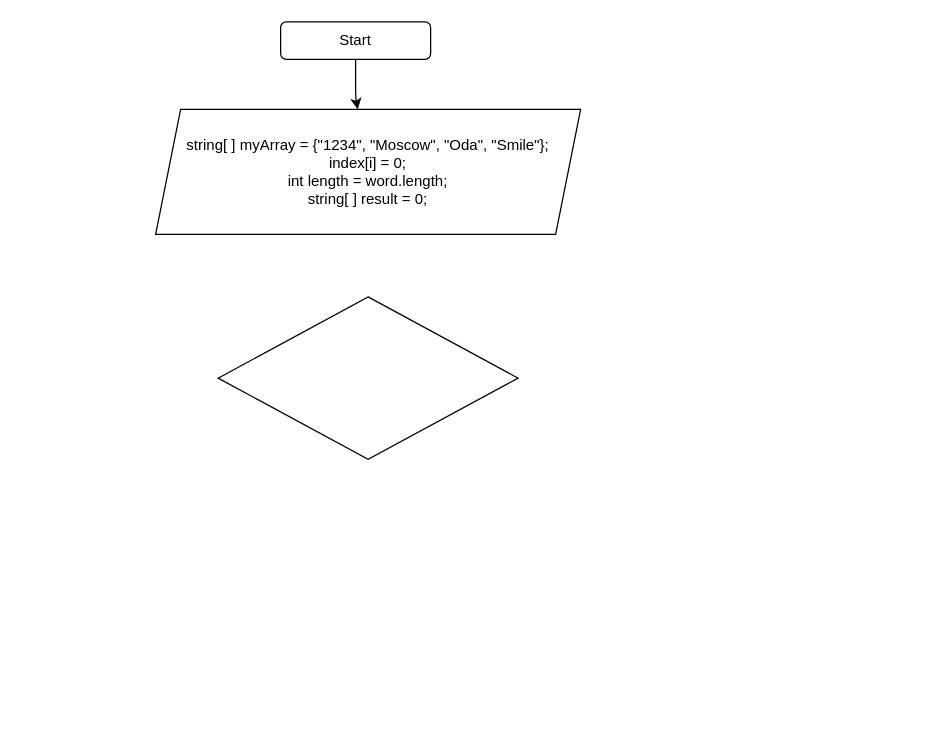
The draw.io diagram block.drawio in Amenarta/Control-Task, before the edit. Source tidied: cells renumbered, new cells numbered last; positions are measured from the earlier drawing's top-left corner, leaving out a move shared by most shapes. Both pictures are drawn from the tidied source at 125%, with x=0, y=0 at pixel (155, 21).
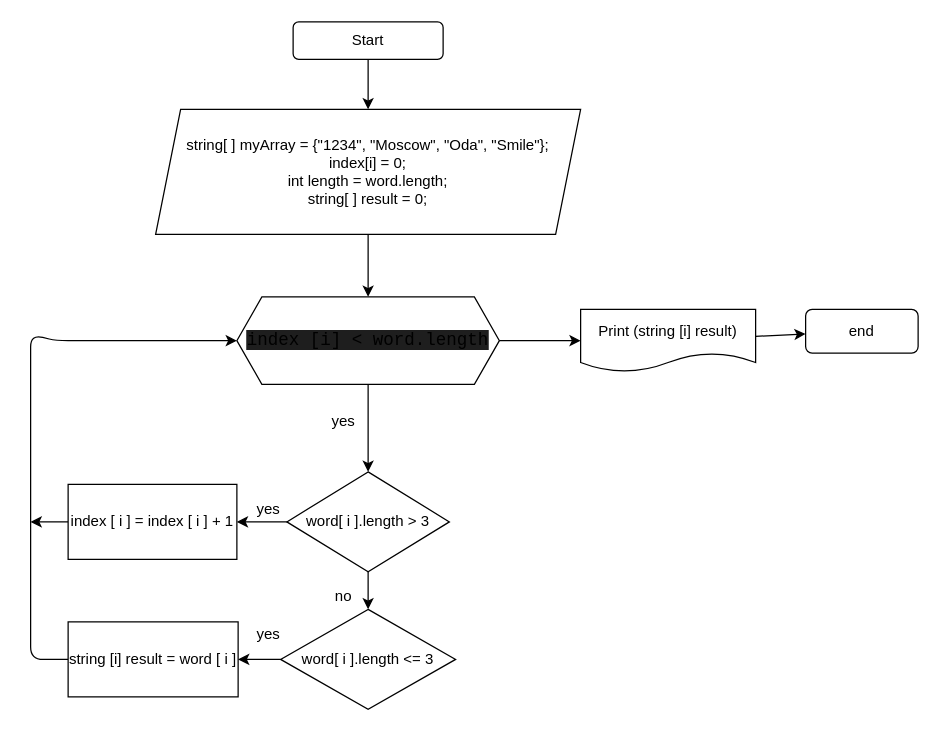
After the change.

The change refers to these unchanged cells:
```xml
<mxCell id="4" value="string[ ] myArray = {&quot;1234&quot;, &quot;Moscow&quot;, &quot;Oda&quot;, &quot;Smile&quot;};&lt;br&gt;index[i] = 0;&lt;br&gt;int length = word.length;&lt;br&gt;string[ ] result = 0;&lt;br&gt;" style="shape=parallelogram;perimeter=parallelogramPerimeter;whiteSpace=wrap;html=1;fixedSize=1;" parent="1" vertex="1">
  <mxGeometry y="70" width="340" height="100" as="geometry" />
</mxCell>
```

What changed in the source:
```diff
@@
     <mxCell id="2" style="edgeStyle=none;html=1;" parent="1" edge="1" source="3" target="4">
-      <mxGeometry relative="1" as="geometry">
-        <Array as="points">
-          <mxPoint x="160" y="60" />
-        </Array>
-      </mxGeometry>
+      <mxGeometry relative="1" as="geometry" />
     </mxCell>
     <mxCell id="3" value="Start" style="rounded=1;whiteSpace=wrap;html=1;" parent="1" vertex="1">
-      <mxGeometry x="100" width="120" height="30" as="geometry" />
+      <mxGeometry x="110" width="120" height="30" as="geometry" />
     </mxCell>
+    <mxCell id="6" style="edgeStyle=none;html=1;" parent="1" edge="1" source="4">
+      <mxGeometry relative="1" as="geometry">
+        <mxPoint x="170" y="220" as="targetPoint" />
+      </mxGeometry>
+    </mxCell>
@@
-    <mxCell id="5" style="rhombus;whiteSpace=wrap;html=1;" parent="1" vertex="1">
-      <mxGeometry x="50" y="220" width="240" height="130" as="geometry" />
-    </mxCell>
+    <mxCell id="7" style="edgeStyle=none;html=1;" parent="1" edge="1" source="9" target="11">
+      <mxGeometry relative="1" as="geometry" />
+    </mxCell>
+    <mxCell id="8" style="edgeStyle=none;html=1;" parent="1" edge="1" source="9" target="21">
+      <mxGeometry relative="1" as="geometry" />
+    </mxCell>
+    <mxCell id="9" value="word[ i ].length &amp;gt; 3" style="rhombus;whiteSpace=wrap;html=1;" parent="1" vertex="1">
+      <mxGeometry x="105" y="360" width="130" height="80" as="geometry" />
+    </mxCell>
+    <mxCell id="10" style="edgeStyle=none;html=1;" parent="1" edge="1" source="11">
+      <mxGeometry relative="1" as="geometry">
+        <mxPoint x="-100" y="400" as="targetPoint" />
+      </mxGeometry>
+    </mxCell>
+    <mxCell id="11" value="index [ i ] = index [ i ] + 1" style="rounded=0;whiteSpace=wrap;html=1;" parent="1" vertex="1">
+      <mxGeometry x="-70" y="370" width="135" height="60" as="geometry" />
+    </mxCell>
+    <mxCell id="12" style="edgeStyle=none;html=1;exitX=0;exitY=0.5;exitDx=0;exitDy=0;entryX=0;entryY=0.5;entryDx=0;entryDy=0;" parent="1" edge="1" source="13" target="16">
+      <mxGeometry relative="1" as="geometry">
+        <Array as="points">
+          <mxPoint x="-100" y="510" />
+          <mxPoint x="-100" y="250" />
+          <mxPoint x="-80" y="255" />
+        </Array>
+      </mxGeometry>
+    </mxCell>
+    <mxCell id="13" value="string [i] result = word [ i ]" style="rounded=0;whiteSpace=wrap;html=1;" parent="1" vertex="1">
+      <mxGeometry x="-70" y="480" width="136" height="60" as="geometry" />
+    </mxCell>
+    <mxCell id="14" style="edgeStyle=none;html=1;" parent="1" edge="1" source="16" target="9">
+      <mxGeometry relative="1" as="geometry" />
+    </mxCell>
+    <mxCell id="15" style="edgeStyle=none;html=1;" parent="1" edge="1" source="16" target="24">
+      <mxGeometry relative="1" as="geometry" />
+    </mxCell>
+    <mxCell id="16" value="&lt;span style=&quot;font-family: &amp;#34;consolas&amp;#34; , &amp;#34;courier new&amp;#34; , monospace ; font-size: 14px ; background-color: rgb(30 , 30 , 30)&quot;&gt;index [i] &amp;lt; word.length&lt;/span&gt;" style="shape=hexagon;perimeter=hexagonPerimeter2;whiteSpace=wrap;html=1;fixedSize=1;" parent="1" vertex="1">
+      <mxGeometry x="65" y="220" width="210" height="70" as="geometry" />
+    </mxCell>
+    <mxCell id="17" value="yes" style="text;html=1;align=center;verticalAlign=middle;strokeColor=none;fillColor=none;" parent="1" vertex="1">
+      <mxGeometry x="135" y="310" width="30" height="20" as="geometry" />
+    </mxCell>
+    <mxCell id="18" value="yes" style="text;html=1;align=center;verticalAlign=middle;strokeColor=none;fillColor=none;" parent="1" vertex="1">
+      <mxGeometry x="75" y="380" width="30" height="20" as="geometry" />
+    </mxCell>
+    <mxCell id="19" value="no" style="text;html=1;align=center;verticalAlign=middle;strokeColor=none;fillColor=none;" parent="1" vertex="1">
+      <mxGeometry x="135" y="450" width="30" height="20" as="geometry" />
+    </mxCell>
+    <mxCell id="20" style="edgeStyle=none;html=1;" parent="1" edge="1" source="21" target="13">
+      <mxGeometry relative="1" as="geometry" />
+    </mxCell>
+    <mxCell id="21" value="&lt;span&gt;word[ i ].length &amp;lt;= 3&lt;/span&gt;" style="rhombus;whiteSpace=wrap;html=1;" parent="1" vertex="1">
+      <mxGeometry x="100" y="470" width="140" height="80" as="geometry" />
+    </mxCell>
+    <mxCell id="22" value="yes" style="text;html=1;align=center;verticalAlign=middle;strokeColor=none;fillColor=none;" parent="1" vertex="1">
+      <mxGeometry x="75" y="480" width="30" height="20" as="geometry" />
+    </mxCell>
+    <mxCell id="23" style="edgeStyle=none;html=1;" parent="1" edge="1" source="24" target="25">
+      <mxGeometry relative="1" as="geometry" />
+    </mxCell>
+    <mxCell id="24" value="Print (string [i] result)" style="shape=document;whiteSpace=wrap;html=1;boundedLbl=1;" parent="1" vertex="1">
+      <mxGeometry x="340" y="230" width="140" height="50" as="geometry" />
+    </mxCell>
+    <mxCell id="25" value="end" style="rounded=1;whiteSpace=wrap;html=1;" parent="1" vertex="1">
+      <mxGeometry x="520" y="230" width="90" height="35" as="geometry" />
+    </mxCell>
```
